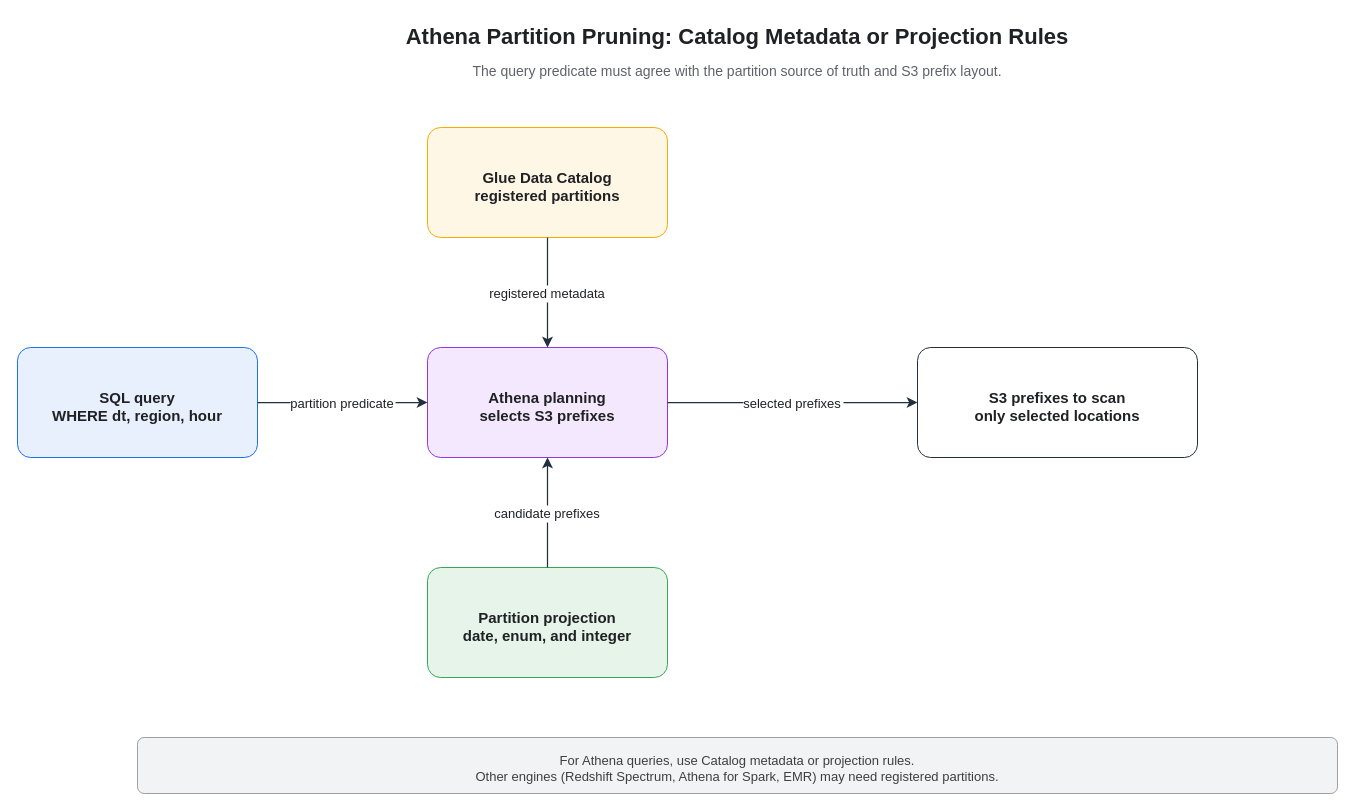
Earlier version of the draw.io diagram assets/img/aws/aws-glue-partitioning-pruning-flow.drawio (KKamJi98/kkamji98.github.io). Source tidied: cells renumbered, new cells numbered last; positions are measured from the earlier drawing's top-left corner, leaving out a move shared by most shapes. Both pictures are drawn from the tidied source at 100%, with x=0, y=0 at pixel (17, 17).
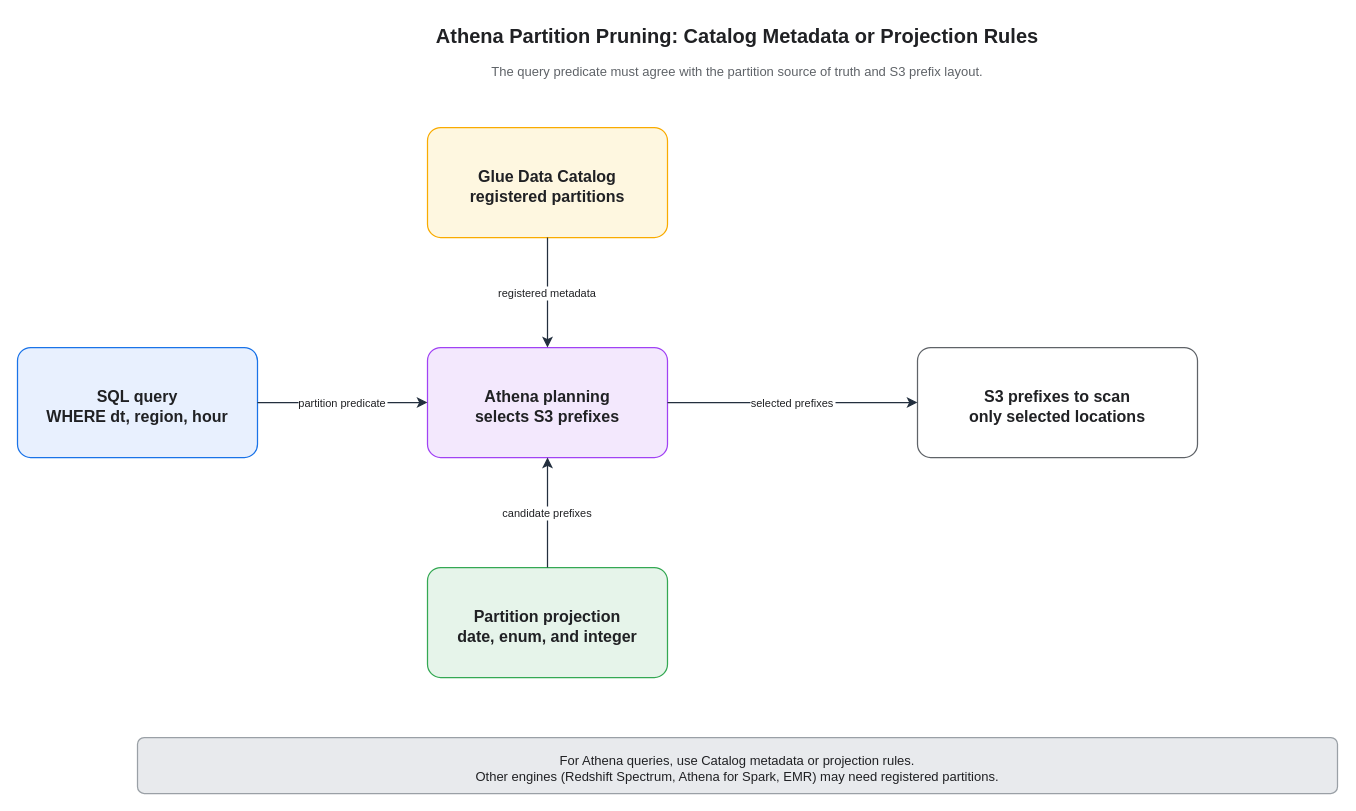
The same diagram, later.

The edit, as a diff of the source:
```diff
@@
-<mxGraphModel>
+<mxGraphModel background="#FFFFFF">
   <root>
     <mxCell id="0" />
     <mxCell id="1" parent="0" />
-    <mxCell id="2" value="Athena Partition Pruning: Catalog Metadata or Projection Rules" style="text;html=0;strokeColor=none;fillColor=none;align=center;verticalAlign=middle;fontColor=#202124;fontSize=22;fontStyle=1;" parent="1" vertex="1">
+    <mxCell id="2" value="Athena Partition Pruning: Catalog Metadata or Projection Rules" style="text;html=0;strokeColor=none;fillColor=none;align=center;verticalAlign=middle;fontColor=#202124;fontSize=20;fontStyle=1;" parent="1" vertex="1">
       <mxGeometry x="120" width="1200" height="34" as="geometry" />
     </mxCell>
-    <mxCell id="3" value="The query predicate must agree with the partition source of truth and S3 prefix layout." style="text;html=0;strokeColor=none;fillColor=none;align=center;verticalAlign=middle;fontColor=#5f6368;fontSize=14;" parent="1" vertex="1">
+    <mxCell id="3" value="The query predicate must agree with the partition source of truth and S3 prefix layout." style="text;html=0;strokeColor=none;fillColor=none;align=center;verticalAlign=middle;fontColor=#5f6368;fontSize=13;" parent="1" vertex="1">
       <mxGeometry x="170" y="40" width="1100" height="26" as="geometry" />
     </mxCell>
-    <mxCell id="4" value="SQL query&#10;WHERE dt, region, hour" style="rounded=1;whiteSpace=wrap;html=0;fillColor=#e8f0fe;strokeColor=#1a73e8;fontColor=#202124;fontSize=15;fontStyle=1;arcSize=12;spacingTop=8;" parent="1" vertex="1">
+    <mxCell id="4" value="SQL query&#10;WHERE dt, region, hour" style="rounded=1;whiteSpace=wrap;html=0;fillColor=#e8f0fe;strokeColor=#1a73e8;fontColor=#202124;fontSize=16;fontStyle=1;arcSize=12;spacingTop=8;strokeWidth=1.25;" parent="1" vertex="1">
       <mxGeometry y="330" width="240" height="110" as="geometry" />
     </mxCell>
-    <mxCell id="5" value="Glue Data Catalog&#10;registered partitions" style="rounded=1;whiteSpace=wrap;html=0;fillColor=#fff7e6;strokeColor=#f9ab00;fontColor=#202124;fontSize=15;fontStyle=1;arcSize=12;spacingTop=8;" parent="1" vertex="1">
+    <mxCell id="5" value="Glue Data Catalog&#10;registered partitions" style="rounded=1;whiteSpace=wrap;html=0;fillColor=#FEF7E0;strokeColor=#f9ab00;fontColor=#202124;fontSize=16;fontStyle=1;arcSize=12;spacingTop=8;strokeWidth=1.25;" parent="1" vertex="1">
       <mxGeometry x="410" y="110" width="240" height="110" as="geometry" />
     </mxCell>
-    <mxCell id="6" value="Athena planning&#10;selects S3 prefixes" style="rounded=1;whiteSpace=wrap;html=0;fillColor=#f3e8fd;strokeColor=#9334e6;fontColor=#202124;fontSize=15;fontStyle=1;arcSize=12;spacingTop=8;" parent="1" vertex="1">
+    <mxCell id="6" value="Athena planning&#10;selects S3 prefixes" style="rounded=1;whiteSpace=wrap;html=0;fillColor=#f3e8fd;strokeColor=#A142F4;fontColor=#202124;fontSize=16;fontStyle=1;arcSize=12;spacingTop=8;strokeWidth=1.25;" parent="1" vertex="1">
       <mxGeometry x="410" y="330" width="240" height="110" as="geometry" />
     </mxCell>
-    <mxCell id="7" value="Partition projection&#10;date, enum, and integer" style="rounded=1;whiteSpace=wrap;html=0;fillColor=#e6f4ea;strokeColor=#34a853;fontColor=#202124;fontSize=15;fontStyle=1;arcSize=12;spacingTop=8;" parent="1" vertex="1">
+    <mxCell id="7" value="Partition projection&#10;date, enum, and integer" style="rounded=1;whiteSpace=wrap;html=0;fillColor=#e6f4ea;strokeColor=#34a853;fontColor=#202124;fontSize=16;fontStyle=1;arcSize=12;spacingTop=8;strokeWidth=1.25;" parent="1" vertex="1">
       <mxGeometry x="410" y="550" width="240" height="110" as="geometry" />
     </mxCell>
-    <mxCell id="8" value="S3 prefixes to scan&#10;only selected locations" style="rounded=1;whiteSpace=wrap;html=0;fillColor=#ffffff;strokeColor=#232f3e;fontColor=#202124;fontSize=15;fontStyle=1;arcSize=12;spacingTop=8;" parent="1" vertex="1">
+    <mxCell id="8" value="S3 prefixes to scan&#10;only selected locations" style="rounded=1;whiteSpace=wrap;html=0;fillColor=#ffffff;strokeColor=#5F6368;fontColor=#202124;fontSize=16;fontStyle=1;arcSize=12;spacingTop=8;strokeWidth=1.25;" parent="1" vertex="1">
       <mxGeometry x="900" y="330" width="280" height="110" as="geometry" />
     </mxCell>
-    <mxCell id="9" value="For Athena queries, use Catalog metadata or projection rules.&#10;Other engines (Redshift Spectrum, Athena for Spark, EMR) may need registered partitions." style="rounded=1;whiteSpace=wrap;html=0;fillColor=#f1f3f4;strokeColor=#9aa0a6;fontColor=#3c4043;fontSize=13;arcSize=12;spacingTop=6;" parent="1" vertex="1">
+    <mxCell id="9" value="For Athena queries, use Catalog metadata or projection rules.&#10;Other engines (Redshift Spectrum, Athena for Spark, EMR) may need registered partitions." style="rounded=1;whiteSpace=wrap;html=0;fillColor=#E8EAED;strokeColor=#9aa0a6;fontColor=#202124;fontSize=13;arcSize=12;spacingTop=6;strokeWidth=1.25;" parent="1" vertex="1">
       <mxGeometry x="120" y="720" width="1200" height="56" as="geometry" />
     </mxCell>
-    <mxCell id="10" value="partition predicate" style="edgeStyle=orthogonalEdgeStyle;rounded=0;jettySize=auto;html=0;endArrow=classic;endFill=1;endSize=7;strokeWidth=1.25;strokeColor=#232F3E;fontColor=#202124;fontSize=13;labelBackgroundColor=#FFFFFF;exitX=1;exitY=0.5;exitPerimeter=1;entryX=0;entryY=0.5;entryPerimeter=1;" parent="1" edge="1" source="4" target="6">
+    <mxCell id="10" value="partition predicate" style="edgeStyle=orthogonalEdgeStyle;rounded=0;jettySize=auto;html=0;endArrow=classic;endFill=1;endSize=7;strokeWidth=1.25;strokeColor=#232F3E;fontColor=#202124;fontSize=11;labelBackgroundColor=#FFFFFF;exitX=1;exitY=0.5;exitPerimeter=1;entryX=0;entryY=0.5;entryPerimeter=1;" parent="1" edge="1" source="4" target="6">
       <mxGeometry relative="1" as="geometry" />
     </mxCell>
-    <mxCell id="11" value="registered metadata" style="edgeStyle=orthogonalEdgeStyle;rounded=0;jettySize=auto;html=0;endArrow=classic;endFill=1;endSize=7;strokeWidth=1.25;strokeColor=#232F3E;fontColor=#202124;fontSize=13;labelBackgroundColor=#FFFFFF;exitX=0.5;exitY=1;exitPerimeter=1;entryX=0.5;entryY=0;entryPerimeter=1;" parent="1" edge="1" source="5" target="6">
+    <mxCell id="11" value="registered metadata" style="edgeStyle=orthogonalEdgeStyle;rounded=0;jettySize=auto;html=0;endArrow=classic;endFill=1;endSize=7;strokeWidth=1.25;strokeColor=#232F3E;fontColor=#202124;fontSize=11;labelBackgroundColor=#FFFFFF;exitX=0.5;exitY=1;exitPerimeter=1;entryX=0.5;entryY=0;entryPerimeter=1;" parent="1" edge="1" source="5" target="6">
       <mxGeometry relative="1" as="geometry" />
     </mxCell>
-    <mxCell id="12" value="candidate prefixes" style="edgeStyle=orthogonalEdgeStyle;rounded=0;jettySize=auto;html=0;endArrow=classic;endFill=1;endSize=7;strokeWidth=1.25;strokeColor=#232F3E;fontColor=#202124;fontSize=13;labelBackgroundColor=#FFFFFF;exitX=0.5;exitY=0;exitPerimeter=1;entryX=0.5;entryY=1;entryPerimeter=1;" parent="1" edge="1" source="7" target="6">
+    <mxCell id="12" value="candidate prefixes" style="edgeStyle=orthogonalEdgeStyle;rounded=0;jettySize=auto;html=0;endArrow=classic;endFill=1;endSize=7;strokeWidth=1.25;strokeColor=#232F3E;fontColor=#202124;fontSize=11;labelBackgroundColor=#FFFFFF;exitX=0.5;exitY=0;exitPerimeter=1;entryX=0.5;entryY=1;entryPerimeter=1;" parent="1" edge="1" source="7" target="6">
       <mxGeometry relative="1" as="geometry" />
     </mxCell>
-    <mxCell id="13" value="selected prefixes" style="edgeStyle=orthogonalEdgeStyle;rounded=0;jettySize=auto;html=0;endArrow=classic;endFill=1;endSize=7;strokeWidth=1.25;strokeColor=#232F3E;fontColor=#202124;fontSize=13;labelBackgroundColor=#FFFFFF;exitX=1;exitY=0.5;exitPerimeter=1;entryX=0;entryY=0.5;entryPerimeter=1;" parent="1" edge="1" source="6" target="8">
+    <mxCell id="13" value="selected prefixes" style="edgeStyle=orthogonalEdgeStyle;rounded=0;jettySize=auto;html=0;endArrow=classic;endFill=1;endSize=7;strokeWidth=1.25;strokeColor=#232F3E;fontColor=#202124;fontSize=11;labelBackgroundColor=#FFFFFF;exitX=1;exitY=0.5;exitPerimeter=1;entryX=0;entryY=0.5;entryPerimeter=1;" parent="1" edge="1" source="6" target="8">
       <mxGeometry relative="1" as="geometry" />
     </mxCell>
   </root>
 </mxGraphModel>
```
